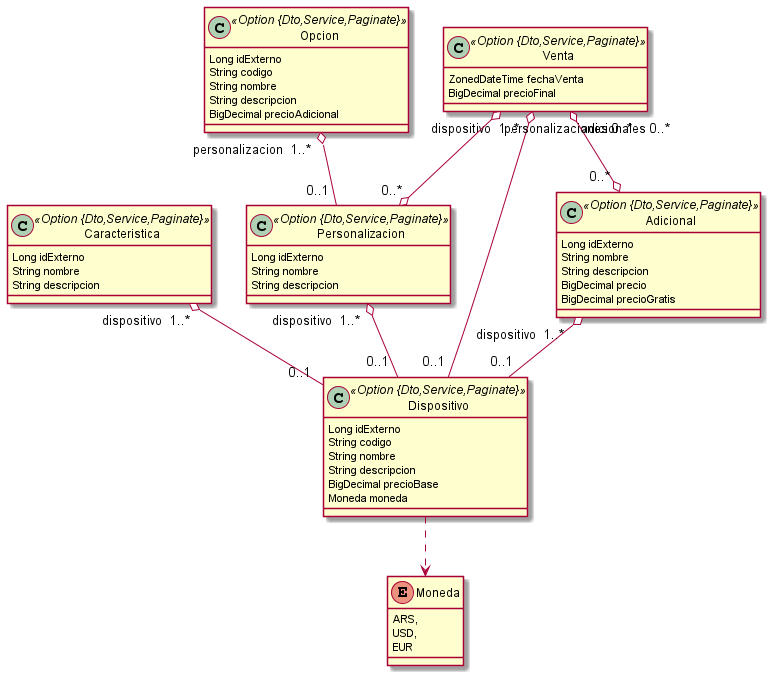
Above: Jhipster-jdl.png in franespinola/Programacion2_JDL (PlantUML), before the change. Its diagram source:
```plantuml
@startuml
	!pragma syntax class
	class Dispositivo <<Option {Dto,Service,Paginate}>> {
		Long idExterno
		String codigo
		String nombre
		String descripcion
		BigDecimal precioBase
		Moneda moneda
	}
	Dispositivo ..> Moneda
	class Caracteristica <<Option {Dto,Service,Paginate}>> {
		Long idExterno
		String nombre
		String descripcion
	}
	class Personalizacion <<Option {Dto,Service,Paginate}>> {
		Long idExterno
		String nombre
		String descripcion
	}
	class Opcion <<Option {Dto,Service,Paginate}>> {
		Long idExterno
		String codigo
		String nombre
		String descripcion
		BigDecimal precioAdicional
	}
	class Adicional <<Option {Dto,Service,Paginate}>> {
		Long idExterno
		String nombre
		String descripcion
		BigDecimal precio
		BigDecimal precioGratis
	}
	class Venta <<Option {Dto,Service,Paginate}>> {
		ZonedDateTime fechaVenta
		BigDecimal precioFinal
	}
	enum Moneda {
		ARS,
		USD,
		EUR
	}
	Caracteristica  "dispositivo  1..* " o-- "0..1 "  Dispositivo
	Opcion  "personalizacion  1..* " o-- "0..1 "  Personalizacion
	Personalizacion  "dispositivo  1..* " o-- "0..1 "  Dispositivo
	Adicional  "dispositivo  1..* " o-- "0..1 "  Dispositivo
	Venta  "dispositivo  1..* " o-- "0..1 "  Dispositivo
	Venta  "personalizaciones 0..* " o--o "0..* "  Personalizacion
	Venta  "adicionales 0..* " o--o "0..* "  Adicional
@enduml
```
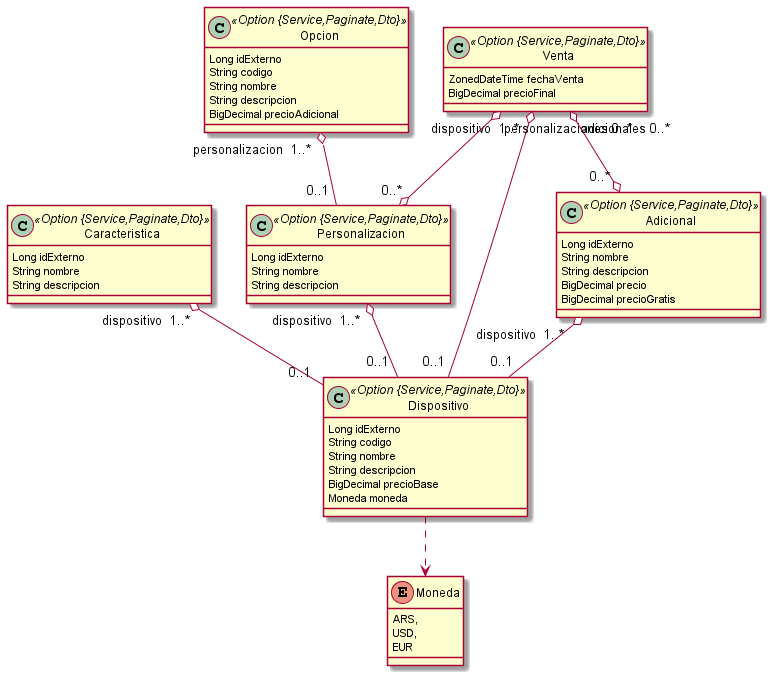
Later version of the same file.

Diff of the diagram source:
```diff
@@ -1,6 +1,6 @@
 @startuml
 	!pragma syntax class
-	class Dispositivo <<Option {Dto,Service,Paginate}>> {
+	class Dispositivo <<Option {Service,Paginate,Dto}>> {
 		Long idExterno
 		String codigo
 		String nombre
@@ -9,31 +9,31 @@
 		Moneda moneda
 	}
 	Dispositivo ..> Moneda
-	class Caracteristica <<Option {Dto,Service,Paginate}>> {
+	class Caracteristica <<Option {Service,Paginate,Dto}>> {
 		Long idExterno
 		String nombre
 		String descripcion
 	}
-	class Personalizacion <<Option {Dto,Service,Paginate}>> {
+	class Personalizacion <<Option {Service,Paginate,Dto}>> {
 		Long idExterno
 		String nombre
 		String descripcion
 	}
-	class Opcion <<Option {Dto,Service,Paginate}>> {
+	class Opcion <<Option {Service,Paginate,Dto}>> {
 		Long idExterno
 		String codigo
 		String nombre
 		String descripcion
 		BigDecimal precioAdicional
 	}
-	class Adicional <<Option {Dto,Service,Paginate}>> {
+	class Adicional <<Option {Service,Paginate,Dto}>> {
 		Long idExterno
 		String nombre
 		String descripcion
 		BigDecimal precio
 		BigDecimal precioGratis
 	}
-	class Venta <<Option {Dto,Service,Paginate}>> {
+	class Venta <<Option {Service,Paginate,Dto}>> {
 		ZonedDateTime fechaVenta
 		BigDecimal precioFinal
 	}
```
